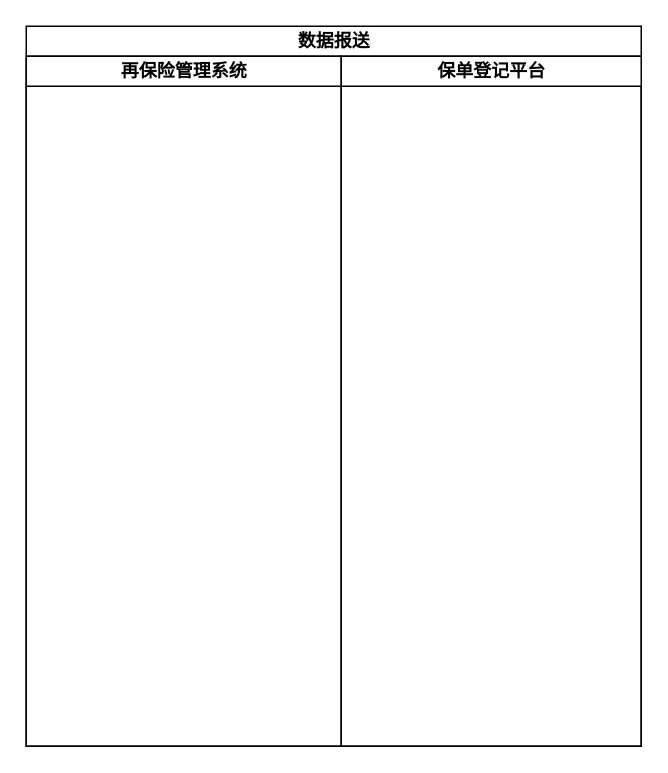
The draw.io diagram flowchart/Untitled Diagram.drawio in triumphxx/flow-chart, before the edit. Source tidied: cells renumbered, new cells numbered last; positions are measured from the earlier drawing's top-left corner, leaving out a move shared by most shapes. Both pictures are drawn from the tidied source at 150%, with x=0, y=0 at pixel (26, 26).
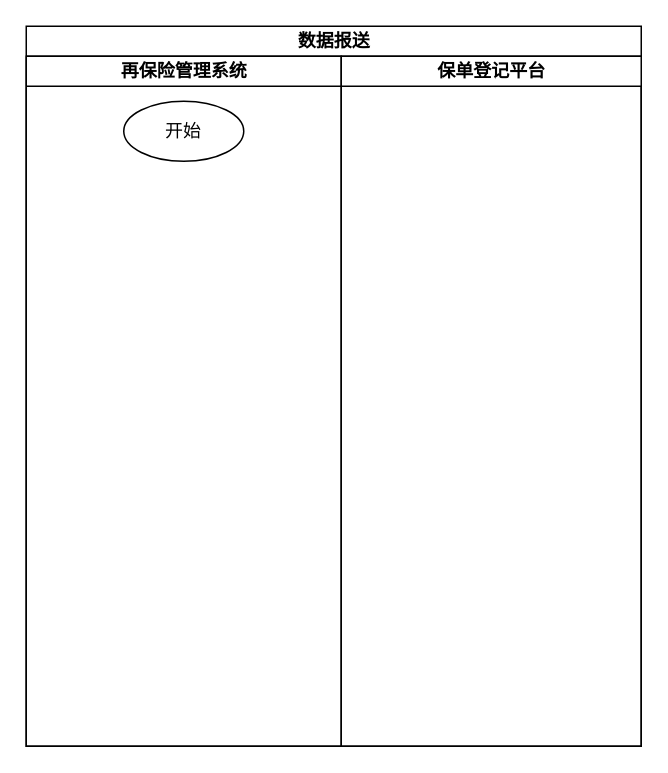
The same diagram, later.

Commit message:
数据报送图

Change to the diagram source:
```diff
@@
 <mxGraphModel>
   <root>
     <mxCell id="0" />
     <mxCell id="1" parent="0" />
     <mxCell id="2" value="数据报送" style="swimlane;html=1;startSize=20;" parent="1" vertex="1">
       <mxGeometry width="410" height="480" as="geometry" />
     </mxCell>
     <mxCell id="3" value="再保险管理系统" style="swimlane;html=1;startSize=20;" parent="2" vertex="1">
       <mxGeometry y="20" width="210" height="460" as="geometry" />
     </mxCell>
+    <mxCell id="5" value="开始" style="ellipse;whiteSpace=wrap;html=1;" parent="3" vertex="1">
+      <mxGeometry x="65" y="30" width="80" height="40" as="geometry" />
+    </mxCell>
     <mxCell id="4" value="保单登记平台" style="swimlane;html=1;startSize=20;" parent="2" vertex="1">
       <mxGeometry x="210" y="20" width="200" height="460" as="geometry" />
     </mxCell>
   </root>
 </mxGraphModel>
```
